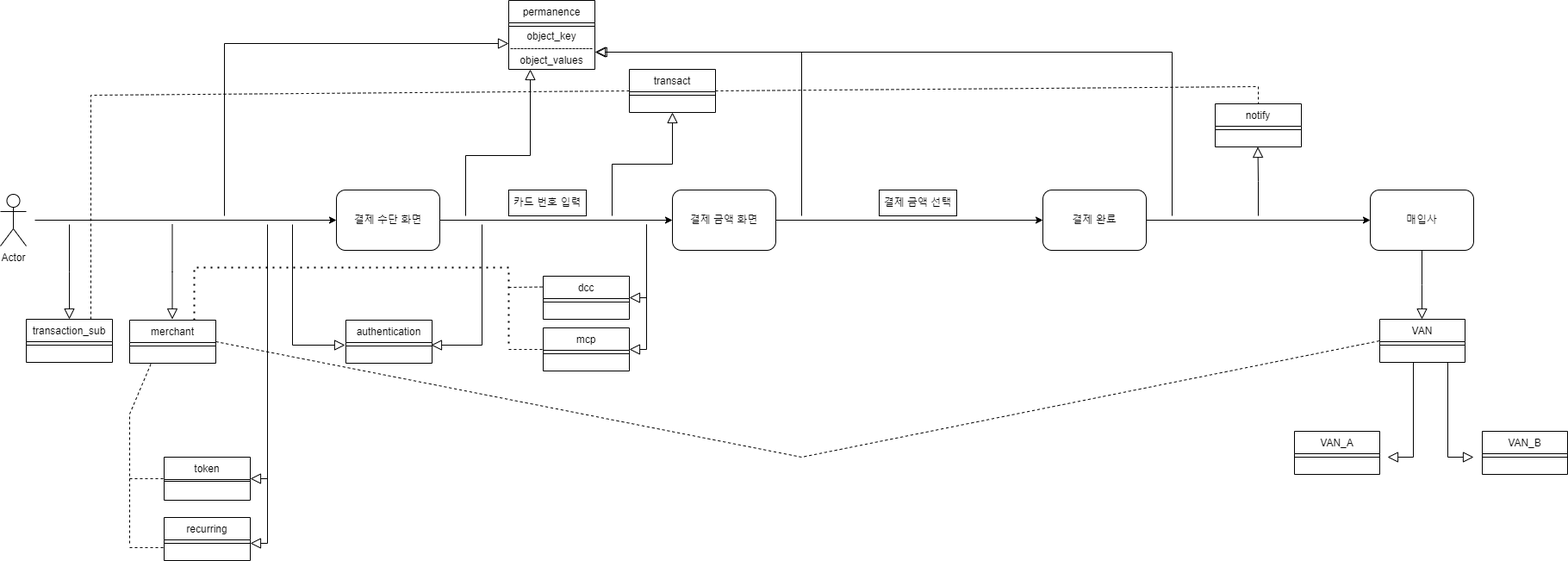
This is Domain/domainModel-{pawoo0211}.png from next-step/career-domain, a draw.io export, as it was before one commit. Source tidied: cells renumbered, new cells last; positions are measured from the earlier drawing's top-left corner, leaving out a move shared by most shapes.
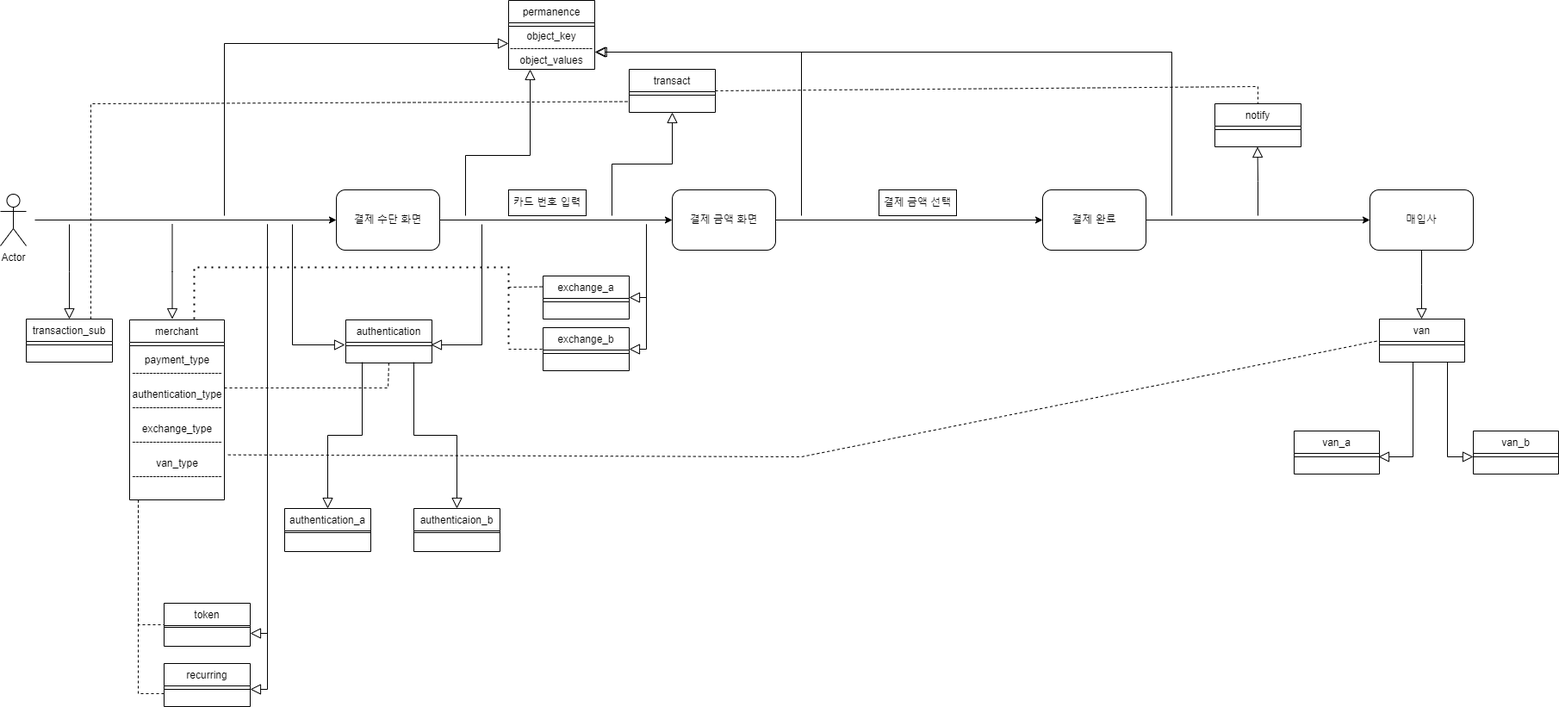
After the change.

Commit message:
[step1] 도메인 모델링 연관관계 추가

What changed in the source:
```diff
@@ -37,11 +37,23 @@
       </mxGeometry>
     </mxCell>
     <mxCell id="12" value="merchant" style="swimlane;fontStyle=0;align=center;verticalAlign=top;horizontal=1;startSize=26;rounded=0;shadow=0;strokeWidth=1;" parent="1" vertex="1">
-      <mxGeometry x="150" y="371" width="100" height="50" as="geometry" />
+      <mxGeometry x="150" y="371" width="110" height="209" as="geometry" />
     </mxCell>
     <mxCell id="13" style="line;html=1;strokeWidth=1;align=left;verticalAlign=middle;spacingTop=-1;spacingLeft=3;spacingRight=3;labelPosition=right;" parent="12" vertex="1">
-      <mxGeometry y="26" width="100" height="8" as="geometry" />
+      <mxGeometry y="26" width="110" height="8" as="geometry" />
     </mxCell>
+    <mxCell id="65" value="payment_type&lt;br&gt;--------------------------" style="text;html=1;align=center;verticalAlign=middle;strokeColor=none;fillColor=none;" parent="12" vertex="1">
+      <mxGeometry y="34" width="110" height="40" as="geometry" />
+    </mxCell>
+    <mxCell id="66" value="authentication_type&lt;br&gt;--------------------------" style="text;html=1;align=center;verticalAlign=middle;strokeColor=none;fillColor=none;" parent="12" vertex="1">
+      <mxGeometry y="74" width="110" height="40" as="geometry" />
+    </mxCell>
+    <mxCell id="67" value="exchange_type&lt;br&gt;--------------------------" style="text;html=1;align=center;verticalAlign=middle;strokeColor=none;fillColor=none;" parent="12" vertex="1">
+      <mxGeometry y="114" width="110" height="40" as="geometry" />
+    </mxCell>
+    <mxCell id="68" value="van_type&lt;br&gt;--------------------------" style="text;html=1;align=center;verticalAlign=middle;points=[];strokeColor=none;fillColor=none;" parent="12" vertex="1">
+      <mxGeometry y="154" width="110" height="40" as="geometry" />
+    </mxCell>
     <mxCell id="14" style="endArrow=block;endSize=10;endFill=0;shadow=0;strokeWidth=1;rounded=0;edgeStyle=elbowEdgeStyle;elbow=vertical;" parent="1" edge="1">
       <mxGeometry relative="1" as="geometry">
         <mxPoint x="199.5" y="260" as="sourcePoint" />
@@ -54,7 +66,7 @@
     <mxCell id="16" style="endArrow=classic;html=1;rounded=0;exitX=1;exitY=0.5;exitDx=0;exitDy=0;entryX=0;entryY=0.5;entryDx=0;entryDy=0;" parent="1" edge="1" source="6" target="15">
       <mxGeometry relative="1" as="geometry" />
     </mxCell>
-    <mxCell id="17" value="VAN" style="swimlane;fontStyle=0;align=center;verticalAlign=top;horizontal=1;startSize=26;rounded=0;shadow=0;strokeWidth=1;" parent="1" vertex="1">
+    <mxCell id="17" value="van" style="swimlane;fontStyle=0;align=center;verticalAlign=top;horizontal=1;startSize=26;rounded=0;shadow=0;strokeWidth=1;" parent="1" vertex="1">
       <mxGeometry x="1601" y="370" width="99" height="50" as="geometry" />
     </mxCell>
     <mxCell id="18" style="line;html=1;strokeWidth=1;align=left;verticalAlign=middle;spacingTop=-1;spacingLeft=3;spacingRight=3;labelPosition=right;" parent="17" vertex="1">
@@ -65,14 +77,14 @@
         <mxPoint x="1650" y="370" as="targetPoint" />
       </mxGeometry>
     </mxCell>
-    <mxCell id="20" value="VAN_A" style="swimlane;fontStyle=0;align=center;verticalAlign=top;horizontal=1;startSize=26;rounded=0;shadow=0;strokeWidth=1;" parent="1" vertex="1">
+    <mxCell id="20" value="van_a" style="swimlane;fontStyle=0;align=center;verticalAlign=top;horizontal=1;startSize=26;rounded=0;shadow=0;strokeWidth=1;" parent="1" vertex="1">
       <mxGeometry x="1502" y="500" width="99" height="50" as="geometry" />
     </mxCell>
     <mxCell id="21" style="line;html=1;strokeWidth=1;align=left;verticalAlign=middle;spacingTop=-1;spacingLeft=3;spacingRight=3;labelPosition=right;" parent="20" vertex="1">
       <mxGeometry y="26" width="99" height="8" as="geometry" />
     </mxCell>
-    <mxCell id="22" value="VAN_B&#10;" style="swimlane;fontStyle=0;align=center;verticalAlign=top;horizontal=1;startSize=26;rounded=0;shadow=0;strokeWidth=1;" parent="1" vertex="1">
-      <mxGeometry x="1720" y="500" width="99" height="50" as="geometry" />
+    <mxCell id="22" value="van_b" style="swimlane;fontStyle=0;align=center;verticalAlign=top;horizontal=1;startSize=26;rounded=0;shadow=0;strokeWidth=1;" parent="1" vertex="1">
+      <mxGeometry x="1710" y="500" width="99" height="50" as="geometry" />
     </mxCell>
     <mxCell id="23" style="line;html=1;strokeWidth=1;align=left;verticalAlign=middle;spacingTop=-1;spacingLeft=3;spacingRight=3;labelPosition=right;" parent="22" vertex="1">
       <mxGeometry y="26" width="99" height="8" as="geometry" />
@@ -84,7 +96,7 @@
       <mxGeometry y="26" width="100" height="8" as="geometry" />
     </mxCell>
     <mxCell id="26" value="recurring&#10;" style="swimlane;fontStyle=0;align=center;verticalAlign=top;horizontal=1;startSize=26;rounded=0;shadow=0;strokeWidth=1;" parent="1" vertex="1">
-      <mxGeometry x="190" y="600" width="100" height="50" as="geometry" />
+      <mxGeometry x="190" y="770" width="100" height="50" as="geometry" />
     </mxCell>
     <mxCell id="27" style="line;html=1;strokeWidth=1;align=left;verticalAlign=middle;spacingTop=-1;spacingLeft=3;spacingRight=3;labelPosition=right;" parent="26" vertex="1">
       <mxGeometry y="26" width="100" height="8" as="geometry" />
@@ -129,13 +141,13 @@
         </Array>
       </mxGeometry>
     </mxCell>
-    <mxCell id="37" value="dcc" style="swimlane;fontStyle=0;align=center;verticalAlign=top;horizontal=1;startSize=26;rounded=0;shadow=0;strokeWidth=1;" parent="1" vertex="1">
+    <mxCell id="37" value="exchange_a" style="swimlane;fontStyle=0;align=center;verticalAlign=top;horizontal=1;startSize=26;rounded=0;shadow=0;strokeWidth=1;" parent="1" vertex="1">
       <mxGeometry x="630" y="320" width="100" height="50" as="geometry" />
     </mxCell>
     <mxCell id="38" style="line;html=1;strokeWidth=1;align=left;verticalAlign=middle;spacingTop=-1;spacingLeft=3;spacingRight=3;labelPosition=right;" parent="37" vertex="1">
       <mxGeometry y="26" width="100" height="8" as="geometry" />
     </mxCell>
-    <mxCell id="39" value="mcp&#10;" style="swimlane;fontStyle=0;align=center;verticalAlign=top;horizontal=1;startSize=26;rounded=0;shadow=0;strokeWidth=1;" parent="1" vertex="1">
+    <mxCell id="39" value="exchange_b" style="swimlane;fontStyle=0;align=center;verticalAlign=top;horizontal=1;startSize=26;rounded=0;shadow=0;strokeWidth=1;" parent="1" vertex="1">
       <mxGeometry x="630" y="380" width="100" height="50" as="geometry" />
     </mxCell>
     <mxCell id="40" style="line;html=1;strokeWidth=1;align=left;verticalAlign=middle;spacingTop=-1;spacingLeft=3;spacingRight=3;labelPosition=right;" parent="39" vertex="1">
@@ -150,7 +162,7 @@
       </mxGeometry>
     </mxCell>
     <mxCell id="42" value="token" style="swimlane;fontStyle=0;align=center;verticalAlign=top;horizontal=1;startSize=26;rounded=0;shadow=0;strokeWidth=1;" parent="1" vertex="1">
-      <mxGeometry x="190" y="530" width="100" height="50" as="geometry" />
+      <mxGeometry x="190" y="700" width="100" height="50" as="geometry" />
     </mxCell>
     <mxCell id="43" style="line;html=1;strokeWidth=1;align=left;verticalAlign=middle;spacingTop=-1;spacingLeft=3;spacingRight=3;labelPosition=right;" parent="42" vertex="1">
       <mxGeometry y="26" width="100" height="4" as="geometry" />
@@ -166,19 +178,19 @@
     </mxCell>
     <mxCell id="45" style="endArrow=block;endSize=10;endFill=0;shadow=0;strokeWidth=1;rounded=0;edgeStyle=elbowEdgeStyle;elbow=vertical;" parent="1" edge="1">
       <mxGeometry relative="1" as="geometry">
-        <mxPoint x="310" y="350" as="sourcePoint" />
-        <mxPoint x="290" y="630" as="targetPoint" />
+        <mxPoint x="310" y="260" as="sourcePoint" />
+        <mxPoint x="290" y="800" as="targetPoint" />
         <Array as="points">
-          <mxPoint x="430" y="630" />
+          <mxPoint x="430" y="800" />
         </Array>
       </mxGeometry>
     </mxCell>
     <mxCell id="46" style="endArrow=block;endSize=10;endFill=0;shadow=0;strokeWidth=1;rounded=0;edgeStyle=elbowEdgeStyle;elbow=vertical;" parent="1" edge="1">
       <mxGeometry relative="1" as="geometry">
         <mxPoint x="310" y="260" as="sourcePoint" />
-        <mxPoint x="290" y="555" as="targetPoint" />
+        <mxPoint x="290" y="735" as="targetPoint" />
         <Array as="points">
-          <mxPoint x="430" y="555" />
+          <mxPoint x="430" y="735" />
         </Array>
       </mxGeometry>
     </mxCell>
@@ -227,7 +239,7 @@
     <mxCell id="52" style="endArrow=block;endSize=10;endFill=0;shadow=0;strokeWidth=1;rounded=0;edgeStyle=elbowEdgeStyle;elbow=vertical;" parent="1" edge="1">
       <mxGeometry relative="1" as="geometry">
         <mxPoint x="1640" y="420" as="sourcePoint" />
-        <mxPoint x="1610" y="530" as="targetPoint" />
+        <mxPoint x="1600" y="530" as="targetPoint" />
         <Array as="points">
           <mxPoint x="1660" y="530" />
         </Array>
@@ -248,41 +260,40 @@
     <mxCell id="55" style="line;html=1;strokeWidth=1;align=left;verticalAlign=middle;spacingTop=-1;spacingLeft=3;spacingRight=3;labelPosition=right;" parent="54" vertex="1">
       <mxGeometry y="26" width="100" height="8" as="geometry" />
     </mxCell>
-    <mxCell id="56" style="endArrow=none;dashed=1;html=1;rounded=0;entryX=0;entryY=0.5;entryDx=0;entryDy=0;exitX=1;exitY=0.5;exitDx=0;exitDy=0;" parent="1" edge="1" source="12" target="17">
+    <mxCell id="56" style="endArrow=none;dashed=1;html=1;rounded=0;entryX=0;entryY=0.5;entryDx=0;entryDy=0;exitX=1.039;exitY=0.067;exitDx=0;exitDy=0;exitPerimeter=0;" parent="1" edge="1" source="68" target="17">
       <mxGeometry relative="1" as="geometry">
         <Array as="points">
           <mxPoint x="930" y="530" />
         </Array>
       </mxGeometry>
     </mxCell>
-    <mxCell id="57" style="endArrow=none;dashed=1;html=1;rounded=0;entryX=0.25;entryY=1;entryDx=0;entryDy=0;" parent="1" edge="1" target="12">
-      <mxGeometry relative="1" as="geometry">
-        <mxPoint x="150" y="630" as="sourcePoint" />
-        <Array as="points">
-          <mxPoint x="150" y="480" />
-        </Array>
-      </mxGeometry>
-    </mxCell>
     <mxCell id="58" style="endArrow=none;dashed=1;html=1;rounded=0;entryX=0;entryY=0.5;entryDx=0;entryDy=0;" parent="1" edge="1">
       <mxGeometry relative="1" as="geometry">
-        <mxPoint x="150" y="635" as="sourcePoint" />
-        <mxPoint x="190" y="635" as="targetPoint" />
+        <mxPoint x="160" y="580" as="sourcePoint" />
+        <mxPoint x="190" y="805" as="targetPoint" />
+        <Array as="points">
+          <mxPoint x="160" y="805" />
+        </Array>
       </mxGeometry>
     </mxCell>
     <mxCell id="59" style="endArrow=none;dashed=1;html=1;rounded=0;entryX=0;entryY=0.5;entryDx=0;entryDy=0;" parent="1" edge="1" target="42">
       <mxGeometry relative="1" as="geometry">
-        <mxPoint x="150" y="555" as="sourcePoint" />
+        <mxPoint x="160" y="580" as="sourcePoint" />
+        <Array as="points">
+          <mxPoint x="160" y="725" />
+        </Array>
       </mxGeometry>
     </mxCell>
-    <mxCell id="60" style="endArrow=none;dashed=1;html=1;rounded=0;exitX=0.75;exitY=0;exitDx=0;exitDy=0;entryX=0;entryY=0.5;entryDx=0;entryDy=0;" parent="1" edge="1" source="2" target="24">
+    <mxCell id="60" style="endArrow=none;dashed=1;html=1;rounded=0;exitX=0.75;exitY=0;exitDx=0;exitDy=0;entryX=0;entryY=0.75;entryDx=0;entryDy=0;" parent="1" edge="1" source="2" target="24">
       <mxGeometry relative="1" as="geometry">
         <Array as="points">
-          <mxPoint x="105" y="110" />
+          <mxPoint x="105" y="120" />
         </Array>
       </mxGeometry>
     </mxCell>
-    <mxCell id="61" style="endArrow=none;dashed=1;html=1;dashPattern=1 3;strokeWidth=2;rounded=0;exitX=0.75;exitY=0;exitDx=0;exitDy=0;" parent="1" edge="1" source="12">
+    <mxCell id="61" style="endArrow=none;dashed=1;html=1;dashPattern=1 3;strokeWidth=2;rounded=0;" parent="1" edge="1">
       <mxGeometry relative="1" as="geometry">
+        <mxPoint x="225" y="370" as="sourcePoint" />
         <mxPoint x="590" y="400" as="targetPoint" />
         <Array as="points">
           <mxPoint x="225" y="310" />
@@ -307,5 +318,35 @@
         </Array>
       </mxGeometry>
     </mxCell>
+    <mxCell id="69" style="endArrow=none;dashed=1;html=1;rounded=0;entryX=0.5;entryY=1;entryDx=0;entryDy=0;" parent="1" edge="1" target="30">
+      <mxGeometry relative="1" as="geometry">
+        <mxPoint x="260" y="450" as="sourcePoint" />
+        <Array as="points">
+          <mxPoint x="450" y="450" />
+        </Array>
+      </mxGeometry>
+    </mxCell>
+    <mxCell id="70" value="authentication_a" style="swimlane;fontStyle=0;align=center;verticalAlign=top;horizontal=1;startSize=26;rounded=0;shadow=0;strokeWidth=1;" parent="1" vertex="1">
+      <mxGeometry x="330" y="590" width="100" height="50" as="geometry" />
+    </mxCell>
+    <mxCell id="71" style="line;html=1;strokeWidth=1;align=left;verticalAlign=middle;spacingTop=-1;spacingLeft=3;spacingRight=3;labelPosition=right;" parent="70" vertex="1">
+      <mxGeometry y="26" width="100" height="4" as="geometry" />
+    </mxCell>
+    <mxCell id="72" value="authenticaion_b" style="swimlane;fontStyle=0;align=center;verticalAlign=top;horizontal=1;startSize=26;rounded=0;shadow=0;strokeWidth=1;" parent="1" vertex="1">
+      <mxGeometry x="480" y="590" width="100" height="50" as="geometry" />
+    </mxCell>
+    <mxCell id="73" style="line;html=1;strokeWidth=1;align=left;verticalAlign=middle;spacingTop=-1;spacingLeft=3;spacingRight=3;labelPosition=right;" parent="72" vertex="1">
+      <mxGeometry y="26" width="100" height="4" as="geometry" />
+    </mxCell>
+    <mxCell id="74" style="endArrow=block;endSize=10;endFill=0;shadow=0;strokeWidth=1;rounded=0;edgeStyle=elbowEdgeStyle;elbow=vertical;entryX=0.5;entryY=0;entryDx=0;entryDy=0;" parent="1" edge="1" target="70">
+      <mxGeometry relative="1" as="geometry">
+        <mxPoint x="420" y="420" as="sourcePoint" />
+      </mxGeometry>
+    </mxCell>
+    <mxCell id="75" style="endArrow=block;endSize=10;endFill=0;shadow=0;strokeWidth=1;rounded=0;edgeStyle=elbowEdgeStyle;elbow=vertical;entryX=0.5;entryY=0;entryDx=0;entryDy=0;" parent="1" edge="1" target="72">
+      <mxGeometry relative="1" as="geometry">
+        <mxPoint x="480" y="420" as="sourcePoint" />
+      </mxGeometry>
+    </mxCell>
   </root>
 </mxGraphModel>
```
